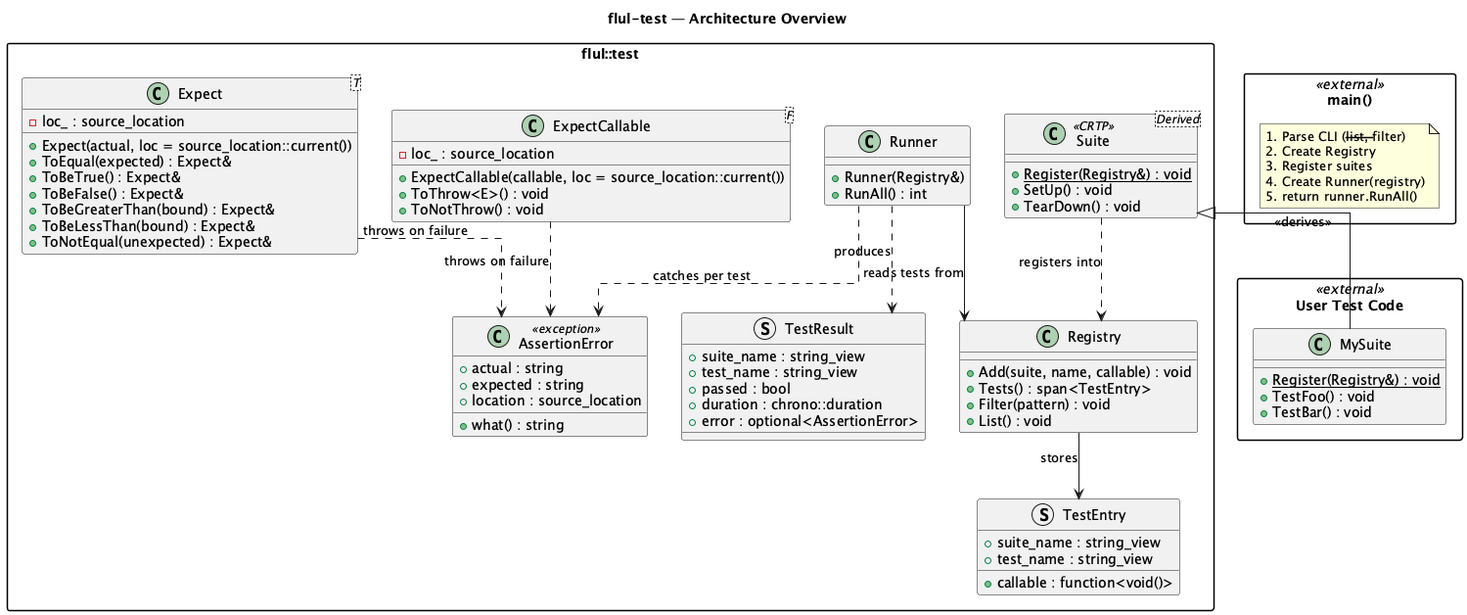
FlorianUlivi/flul-test keeps this PlantUML diagram as doc/architecture-overview.png. Above is the earlier version. Its diagram source:
```plantuml
@startuml architecture-overview

title flul-test — Architecture Overview

skinparam linetype ortho
skinparam packageStyle rectangle

package "flul::test" {

    class "Suite<Derived>" as Suite <<CRTP>> {
        + {static} Register(Registry&) : void
        + SetUp() : void
        + TearDown() : void
    }

    class Registry {
        + Add(suite, name, callable) : void
        + Tests() : span<TestEntry>
        + Filter(pattern) : void
        + List() : void
    }

    class Runner {
        + Runner(Registry&)
        + RunAll() : int
    }

    class "Expect<T>" as Expect {
        + Expect(actual, loc = source_location::current())
        + ToEqual(expected) : Expect&
        + ToBeTrue() : Expect&
        + ToBeFalse() : Expect&
        + ToBeGreaterThan(bound) : Expect&
        + ToBeLessThan(bound) : Expect&
        + ToNotEqual(unexpected) : Expect&
        - loc_ : source_location
    }

    class "ExpectCallable<F>" as ExpectCallable {
        + ExpectCallable(callable, loc = source_location::current())
        + ToThrow<E>() : void
        + ToNotThrow() : void
        - loc_ : source_location
    }

    class AssertionError <<exception>> {
        + what() : string
        + actual : string
        + expected : string
        + location : source_location
    }

    struct TestEntry {
        + suite_name : string_view
        + test_name : string_view
        + callable : function<void()>
    }

    struct TestResult {
        + suite_name : string_view
        + test_name : string_view
        + passed : bool
        + duration : chrono::duration
        + error : optional<AssertionError>
    }
}

package "User Test Code" as user <<external>> {
    class "MySuite" as MySuite {
        + {static} Register(Registry&) : void
        + TestFoo() : void
        + TestBar() : void
    }
}

package "main()" as main <<external>> {
    note as N_main
        1. Parse CLI (--list, --filter)
        2. Create Registry
        3. Register suites
        4. Create Runner(registry)
        5. return runner.RunAll()
    end note
}

MySuite -up-|> Suite : <<derives>>
Suite ..> Registry : registers into
Runner --> Registry : reads tests from
Runner ..> TestResult : produces
Expect ..> AssertionError : throws on failure
ExpectCallable ..> AssertionError : throws on failure
Runner ..> AssertionError : catches per test
Registry --> TestEntry : stores

@enduml
```
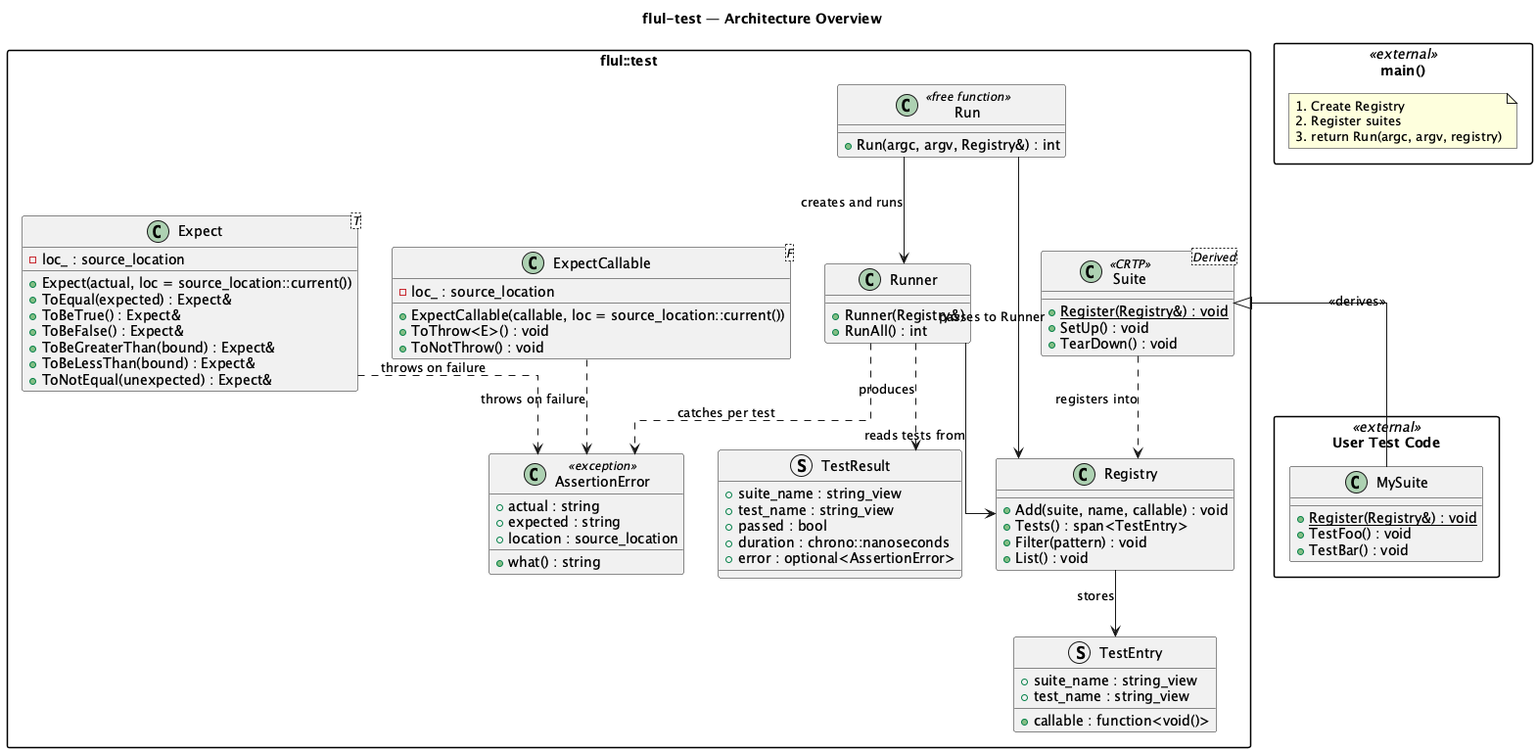
The same file after the commit.

Commit message:
Implement Runner, Run(), and CTest integration

The edit, as a diff of the source:
```diff
@@ -60,8 +60,12 @@
         + suite_name : string_view
         + test_name : string_view
         + passed : bool
-        + duration : chrono::duration
+        + duration : chrono::nanoseconds
         + error : optional<AssertionError>
+    }
+
+    class Run <<free function>> {
+        + Run(argc, argv, Registry&) : int
     }
 }
 
@@ -75,16 +79,16 @@
 
 package "main()" as main <<external>> {
     note as N_main
-        1. Parse CLI (--list, --filter)
-        2. Create Registry
-        3. Register suites
-        4. Create Runner(registry)
-        5. return runner.RunAll()
+        1. Create Registry
+        2. Register suites
+        3. return Run(argc, argv, registry)
     end note
 }
 
 MySuite -up-|> Suite : <<derives>>
 Suite ..> Registry : registers into
+Run --> Runner : creates and runs
+Run --> Registry : passes to Runner
 Runner --> Registry : reads tests from
 Runner ..> TestResult : produces
 Expect ..> AssertionError : throws on failure
```
